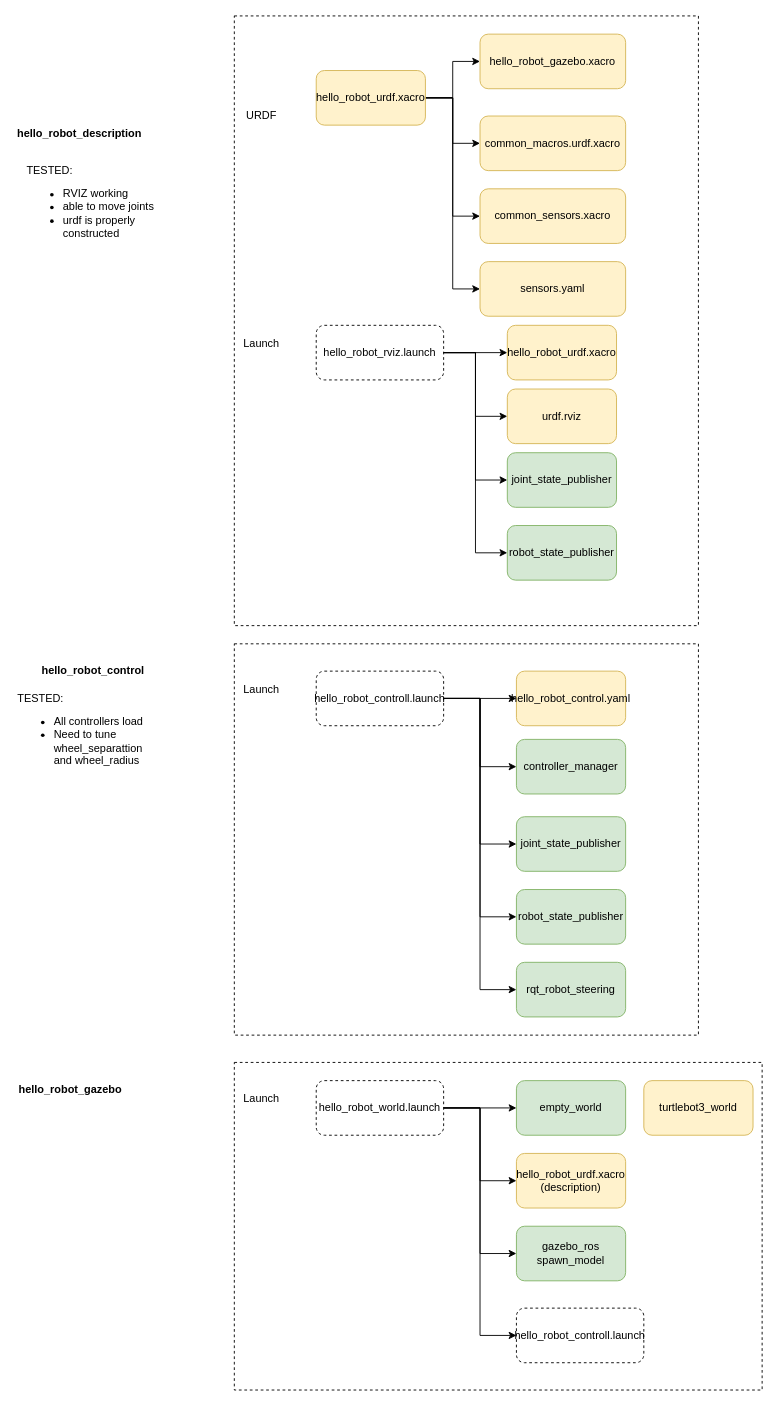
Above: hello_robot_design.drawio in mukmalone/hello_robot (draw.io), before the change. Source tidied: cells renumbered, new cells numbered last; positions are measured from the earlier drawing's top-left corner, leaving out a move shared by most shapes. Both pictures are drawn from the tidied source at 91%, with x=0, y=0 at pixel (15, 15).
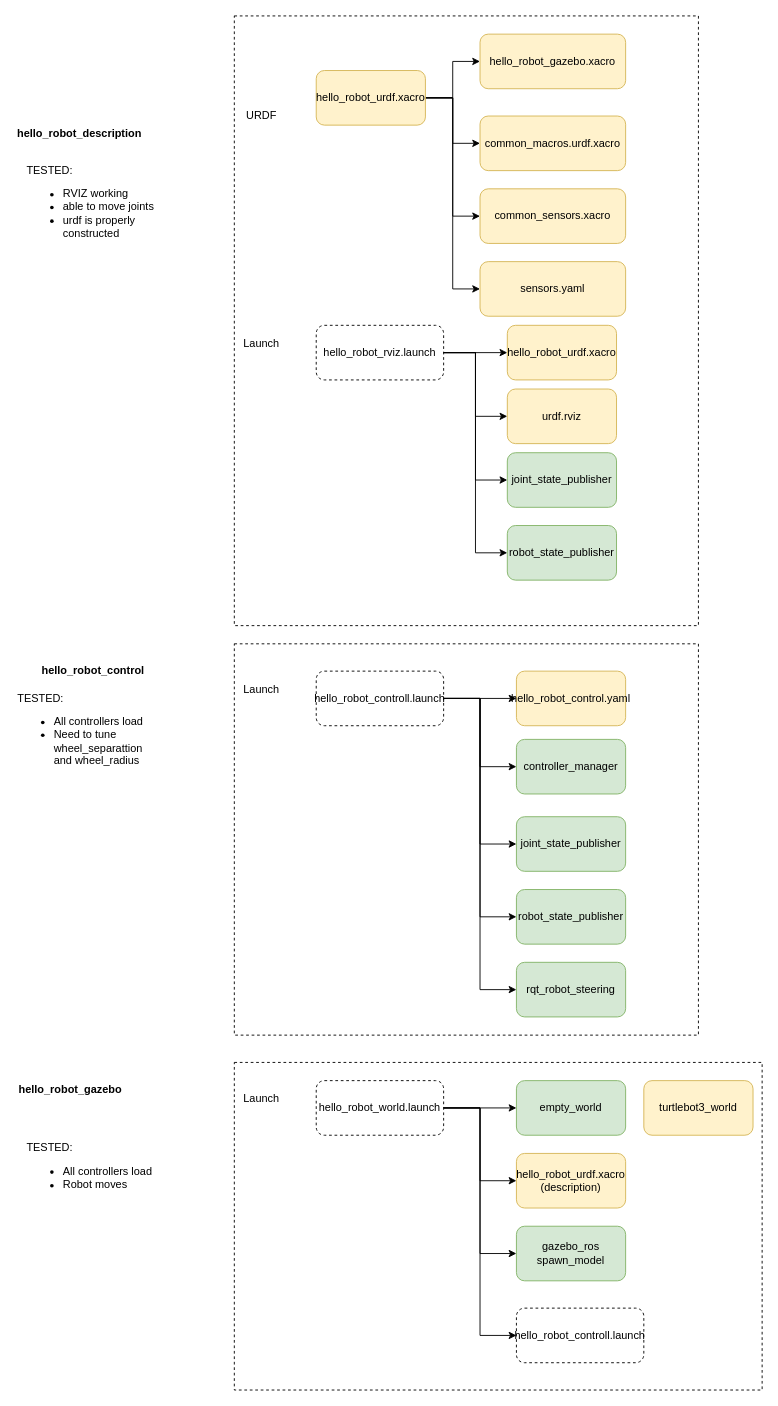
The same page after the edit.

Change to the diagram source:
```diff
@@
+    <mxCell id="53" value="&lt;div&gt;TESTED:&amp;nbsp;&lt;/div&gt;&lt;ul&gt;&lt;li&gt;All controllers load&lt;/li&gt;&lt;li&gt;Robot moves&lt;br&gt;&lt;/li&gt;&lt;/ul&gt;" style="text;html=1;strokeColor=none;fillColor=none;align=left;verticalAlign=middle;whiteSpace=wrap;rounded=0;dashed=1;" parent="1" vertex="1">
+      <mxGeometry x="10" y="1250" width="150" height="40" as="geometry" />
+    </mxCell>
```
